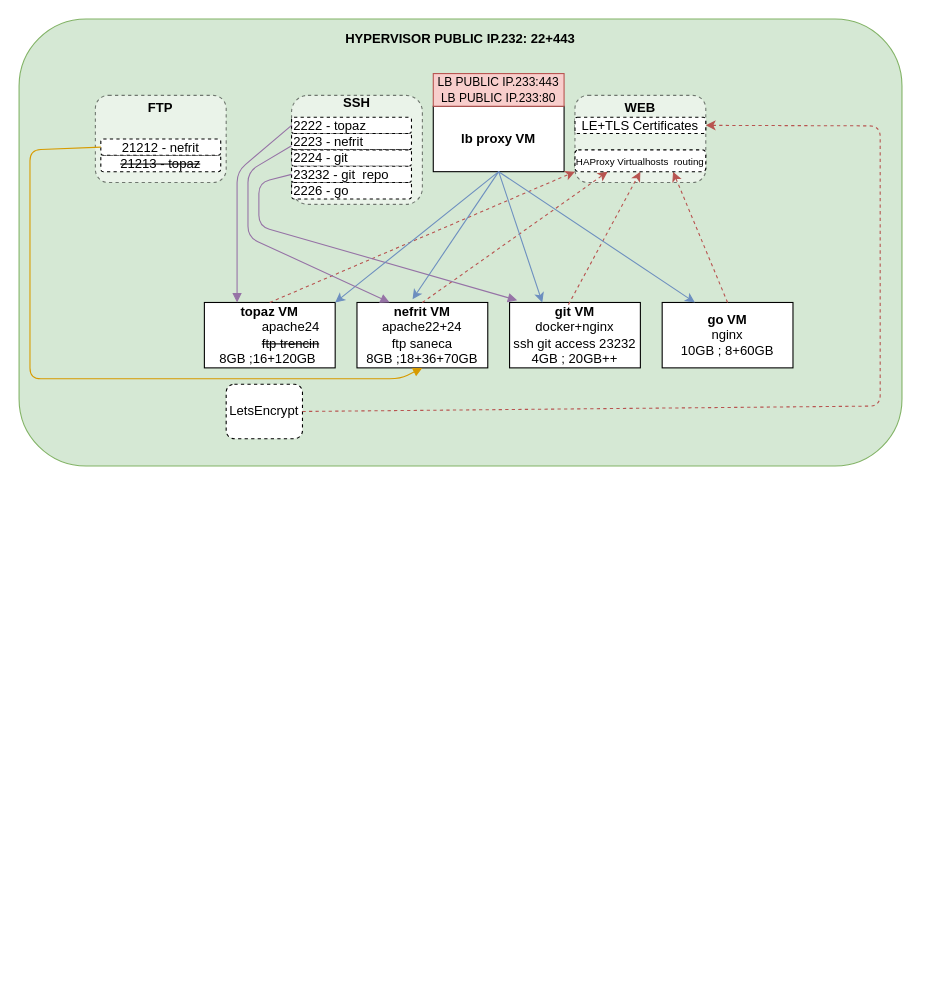
This is lb-draft.drawio from maniac0r/audio, a draw.io file, before an edit. Source tidied: cells renumbered, new cells numbered last; positions are measured from the earlier drawing's top-left corner, leaving out a move shared by most shapes. Both pictures are drawn from the tidied source at 109%, with x=0, y=0 at pixel (19, 19).
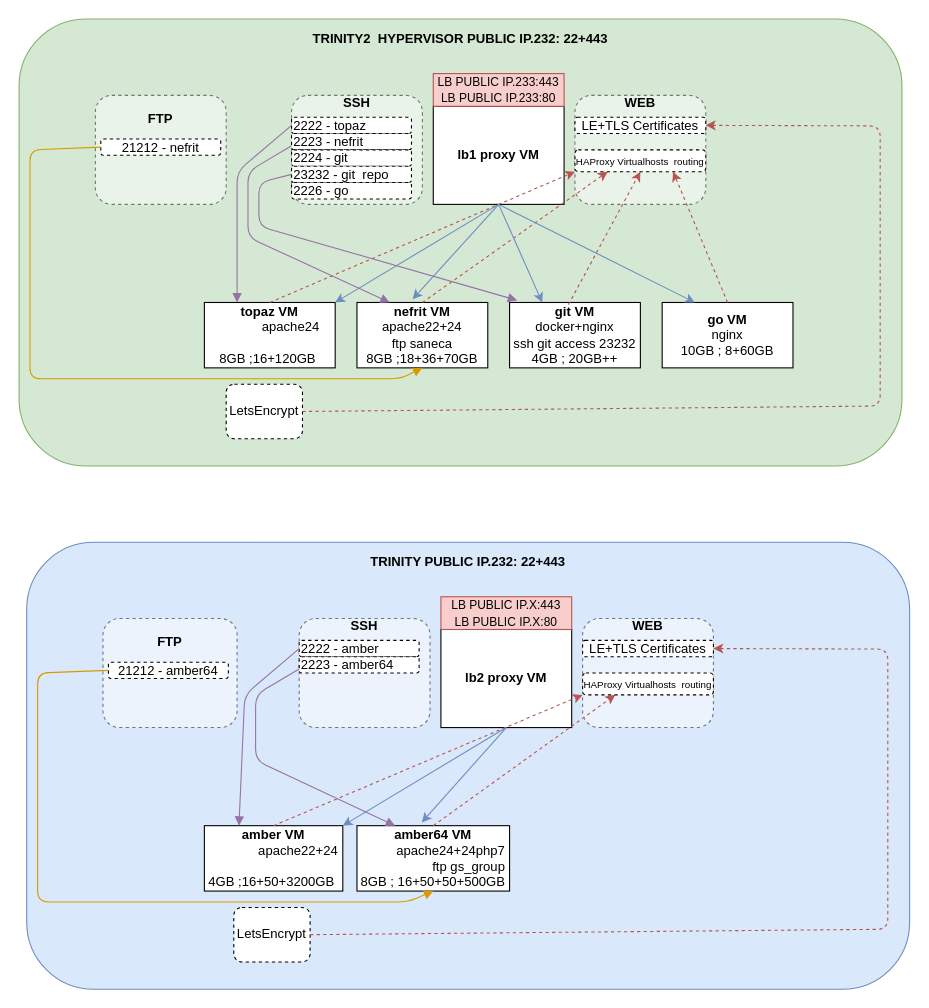
After the change.

Diff of the diagram source:
```diff
@@
-    <mxCell id="2" value="&lt;b&gt;HYPERVISOR PUBLIC IP.232: 22+443&lt;br&gt;&lt;br&gt;&lt;br&gt;&lt;br&gt;&lt;br&gt;&lt;br&gt;&lt;br&gt;&lt;br&gt;&lt;br&gt;&lt;br&gt;&lt;br&gt;&lt;br&gt;&lt;br&gt;&lt;br&gt;&lt;br&gt;&lt;br&gt;&lt;br&gt;&lt;br&gt;&lt;br&gt;&lt;br&gt;&lt;br&gt;&lt;br&gt;&lt;br&gt;&lt;br&gt;&lt;br&gt;&lt;br&gt;&lt;br&gt;&lt;/b&gt;" style="rounded=1;whiteSpace=wrap;html=1;fillColor=#d5e8d4;strokeColor=#82b366;" parent="1" vertex="1">
+    <mxCell id="2" value="&lt;b&gt;TRINITY2 &amp;nbsp;HYPERVISOR PUBLIC IP.232: 22+443&lt;br&gt;&lt;br&gt;&lt;br&gt;&lt;br&gt;&lt;br&gt;&lt;br&gt;&lt;br&gt;&lt;br&gt;&lt;br&gt;&lt;br&gt;&lt;br&gt;&lt;br&gt;&lt;br&gt;&lt;br&gt;&lt;br&gt;&lt;br&gt;&lt;br&gt;&lt;br&gt;&lt;br&gt;&lt;br&gt;&lt;br&gt;&lt;br&gt;&lt;br&gt;&lt;br&gt;&lt;br&gt;&lt;br&gt;&lt;br&gt;&lt;/b&gt;" style="rounded=1;whiteSpace=wrap;html=1;fillColor=#d5e8d4;strokeColor=#82b366;" parent="1" vertex="1">
       <mxGeometry width="810" height="410" as="geometry" />
     </mxCell>
-    <mxCell id="3" value="&lt;b&gt;WEB&lt;br&gt;&lt;br&gt;&lt;br&gt;&lt;br&gt;&lt;br&gt;&lt;/b&gt;" style="rounded=1;whiteSpace=wrap;html=1;dashed=1;opacity=50;" parent="1" vertex="1">
-      <mxGeometry x="510" y="70" width="120" height="80" as="geometry" />
+    <mxCell id="3" value="&lt;b&gt;WEB&lt;br&gt;&lt;br&gt;&lt;br&gt;&lt;br&gt;&lt;br&gt;&lt;br&gt;&lt;br&gt;&lt;/b&gt;" style="rounded=1;whiteSpace=wrap;html=1;dashed=1;opacity=50;" parent="1" vertex="1">
+      <mxGeometry x="510" y="70" width="120" height="100" as="geometry" />
     </mxCell>
-    <mxCell id="4" value="&lt;b&gt;topaz VM&lt;br&gt;&lt;div style=&quot;text-align: right&quot;&gt;&lt;span style=&quot;font-weight: normal&quot;&gt;apache24&lt;/span&gt;&lt;/div&gt;&lt;/b&gt;&lt;div&gt;&lt;div style=&quot;text-align: right&quot;&gt;&lt;strike&gt;ftp trencin&lt;/strike&gt;&lt;/div&gt;&lt;/div&gt;&lt;div style=&quot;text-align: right&quot;&gt;8GB ;16+120GB&amp;nbsp;&lt;/div&gt;" style="rounded=0;whiteSpace=wrap;html=1;" parent="1" vertex="1">
+    <mxCell id="4" value="&lt;b&gt;topaz VM&lt;br&gt;&lt;div style=&quot;text-align: right&quot;&gt;&lt;span style=&quot;font-weight: normal&quot;&gt;apache24&lt;/span&gt;&lt;/div&gt;&lt;/b&gt;&lt;div&gt;&lt;div style=&quot;text-align: right&quot;&gt;&lt;br&gt;&lt;/div&gt;&lt;div style=&quot;text-align: right&quot;&gt;8GB ;16+120GB&amp;nbsp;&lt;br&gt;&lt;/div&gt;&lt;/div&gt;" style="rounded=0;whiteSpace=wrap;html=1;" parent="1" vertex="1">
       <mxGeometry x="170" y="260" width="120" height="60" as="geometry" />
     </mxCell>
@@
-    <mxCell id="8" value="&lt;b&gt;lb proxy VM&lt;/b&gt;" style="rounded=0;whiteSpace=wrap;html=1;" parent="1" vertex="1">
-      <mxGeometry x="380" y="80" width="120" height="60" as="geometry" />
+    <mxCell id="8" value="&lt;b&gt;lb1 proxy VM&lt;/b&gt;" style="rounded=0;whiteSpace=wrap;html=1;" parent="1" vertex="1">
+      <mxGeometry x="380" y="80" width="120" height="90" as="geometry" />
     </mxCell>
@@
     <mxCell id="23" value="&lt;b&gt;FTP&lt;br&gt;&lt;br&gt;&lt;br&gt;&lt;br&gt;&lt;br&gt;&lt;/b&gt;" style="rounded=1;whiteSpace=wrap;html=1;dashed=1;opacity=50;" parent="1" vertex="1">
-      <mxGeometry x="70" y="70" width="120" height="80" as="geometry" />
+      <mxGeometry x="70" y="70" width="120" height="100" as="geometry" />
     </mxCell>
-    <mxCell id="24" value="&lt;strike&gt;21213 - topaz&lt;/strike&gt;" style="rounded=1;whiteSpace=wrap;html=1;dashed=1;" parent="1" vertex="1">
-      <mxGeometry x="75" y="125" width="110" height="15" as="geometry" />
-    </mxCell>
@@
+    <mxCell id="35" value="&lt;b&gt;TRINITY PUBLIC IP.232: 22+443&lt;br&gt;&lt;br&gt;&lt;br&gt;&lt;br&gt;&lt;br&gt;&lt;br&gt;&lt;br&gt;&lt;br&gt;&lt;br&gt;&lt;br&gt;&lt;br&gt;&lt;br&gt;&lt;br&gt;&lt;br&gt;&lt;br&gt;&lt;br&gt;&lt;br&gt;&lt;br&gt;&lt;br&gt;&lt;br&gt;&lt;br&gt;&lt;br&gt;&lt;br&gt;&lt;br&gt;&lt;br&gt;&lt;br&gt;&lt;br&gt;&lt;/b&gt;" style="rounded=1;whiteSpace=wrap;html=1;fillColor=#dae8fc;strokeColor=#6c8ebf;" parent="1" vertex="1">
+      <mxGeometry x="7" y="480" width="810" height="410" as="geometry" />
+    </mxCell>
+    <mxCell id="36" value="&lt;b&gt;WEB&lt;br&gt;&lt;br&gt;&lt;br&gt;&lt;br&gt;&lt;br&gt;&lt;br&gt;&lt;br&gt;&lt;/b&gt;" style="rounded=1;whiteSpace=wrap;html=1;dashed=1;opacity=50;" parent="1" vertex="1">
+      <mxGeometry x="517" y="550" width="120" height="100" as="geometry" />
+    </mxCell>
+    <mxCell id="37" value="&lt;b&gt;amber VM&lt;br&gt;&lt;div style=&quot;text-align: right&quot;&gt;&lt;span style=&quot;font-weight: normal&quot;&gt;apache22+24&lt;/span&gt;&lt;/div&gt;&lt;/b&gt;&lt;div&gt;&lt;div style=&quot;text-align: right&quot;&gt;&lt;br&gt;&lt;/div&gt;&lt;/div&gt;&lt;div style=&quot;text-align: right&quot;&gt;4GB ;16+50+3200GB&amp;nbsp;&lt;/div&gt;" style="rounded=0;whiteSpace=wrap;html=1;" parent="1" vertex="1">
+      <mxGeometry x="170" y="740" width="127" height="60" as="geometry" />
+    </mxCell>
+    <mxCell id="38" value="&lt;b&gt;amber64 VM&lt;br&gt;&lt;div style=&quot;text-align: right&quot;&gt;&lt;span style=&quot;font-weight: normal&quot;&gt;apache24+24php7&lt;/span&gt;&lt;/div&gt;&lt;/b&gt;&lt;div style=&quot;text-align: right&quot;&gt;ftp gs_group&lt;/div&gt;&lt;div style=&quot;text-align: right&quot;&gt;8GB ; 16+50+50+500GB&lt;/div&gt;" style="rounded=0;whiteSpace=wrap;html=1;" parent="1" vertex="1">
+      <mxGeometry x="310" y="740" width="140" height="60" as="geometry" />
+    </mxCell>
+    <mxCell id="39" value="&lt;b&gt;lb2 proxy VM&lt;/b&gt;" style="rounded=0;whiteSpace=wrap;html=1;" parent="1" vertex="1">
+      <mxGeometry x="387" y="560" width="120" height="90" as="geometry" />
+    </mxCell>
+    <mxCell id="40" value="&lt;font style=&quot;font-size: 11px&quot;&gt;LB PUBLIC IP.X:443&lt;br&gt;LB PUBLIC IP.X:80&lt;/font&gt;" style="text;html=1;strokeColor=#b85450;fillColor=#f8cecc;align=center;verticalAlign=middle;whiteSpace=wrap;rounded=0;" parent="1" vertex="1">
+      <mxGeometry x="387" y="530" width="120" height="30" as="geometry" />
+    </mxCell>
+    <mxCell id="41" value="LetsEncrypt" style="rounded=1;whiteSpace=wrap;html=1;dashed=1;" parent="1" vertex="1">
+      <mxGeometry x="197" y="815" width="70" height="50" as="geometry" />
+    </mxCell>
+    <mxCell id="42" style="endArrow=classic;html=1;entryX=1;entryY=0.5;entryDx=0;entryDy=0;exitX=1;exitY=0.5;exitDx=0;exitDy=0;fillColor=#f8cecc;strokeColor=#b85450;dashed=1;" parent="1" edge="1" source="41" target="54">
+      <mxGeometry relative="1" as="geometry">
+        <Array as="points">
+          <mxPoint x="797" y="835" />
+          <mxPoint x="797" y="578" />
+        </Array>
+      </mxGeometry>
+    </mxCell>
+    <mxCell id="43" style="endArrow=classic;html=1;entryX=0;entryY=1;entryDx=0;entryDy=0;exitX=0.5;exitY=0;exitDx=0;exitDy=0;fillColor=#f8cecc;strokeColor=#b85450;dashed=1;" parent="1" edge="1" source="37" target="55">
+      <mxGeometry relative="1" as="geometry" />
+    </mxCell>
+    <mxCell id="44" style="endArrow=classic;html=1;entryX=0.25;entryY=1;entryDx=0;entryDy=0;exitX=0.5;exitY=0;exitDx=0;exitDy=0;fillColor=#f8cecc;strokeColor=#b85450;dashed=1;" parent="1" edge="1" source="38" target="55">
+      <mxGeometry relative="1" as="geometry" />
+    </mxCell>
+    <mxCell id="45" value="&lt;b&gt;SSH&lt;br&gt;&lt;br&gt;&lt;br&gt;&lt;br&gt;&lt;br&gt;&lt;br&gt;&lt;br&gt;&lt;/b&gt;" style="rounded=1;whiteSpace=wrap;html=1;dashed=1;opacity=50;" parent="1" vertex="1">
+      <mxGeometry x="257" y="550" width="120" height="100" as="geometry" />
+    </mxCell>
+    <mxCell id="46" value="2222 - amber" style="rounded=1;whiteSpace=wrap;html=1;dashed=1;align=left;" parent="1" vertex="1">
+      <mxGeometry x="257" y="570" width="110" height="15" as="geometry" />
+    </mxCell>
+    <mxCell id="47" value="2223 - amber64" style="rounded=1;whiteSpace=wrap;html=1;dashed=1;align=left;" parent="1" vertex="1">
+      <mxGeometry x="257" y="585" width="110" height="15" as="geometry" />
+    </mxCell>
+    <mxCell id="48" style="endArrow=block;html=1;exitX=0;exitY=0.5;exitDx=0;exitDy=0;entryX=0.25;entryY=0;entryDx=0;entryDy=0;endFill=1;fillColor=#e1d5e7;strokeColor=#9673a6;" parent="1" edge="1" source="46" target="37">
+      <mxGeometry relative="1" as="geometry">
+        <Array as="points">
+          <mxPoint x="207" y="620" />
+        </Array>
+      </mxGeometry>
+    </mxCell>
+    <mxCell id="49" value="&lt;b&gt;FTP&lt;br&gt;&lt;br&gt;&lt;br&gt;&lt;br&gt;&lt;br&gt;&lt;/b&gt;" style="rounded=1;whiteSpace=wrap;html=1;dashed=1;opacity=50;" parent="1" vertex="1">
+      <mxGeometry x="77" y="550" width="123" height="100" as="geometry" />
+    </mxCell>
+    <mxCell id="50" value="21212 - amber64" style="rounded=1;whiteSpace=wrap;html=1;dashed=1;" parent="1" vertex="1">
+      <mxGeometry x="82" y="590" width="110" height="15" as="geometry" />
+    </mxCell>
+    <mxCell id="51" style="endArrow=block;html=1;exitX=0;exitY=0.5;exitDx=0;exitDy=0;entryX=0.5;entryY=1;entryDx=0;entryDy=0;endFill=1;fillColor=#ffe6cc;strokeColor=#d79b00;" parent="1" edge="1" source="50" target="38">
+      <mxGeometry relative="1" as="geometry">
+        <Array as="points">
+          <mxPoint x="17" y="600" />
+          <mxPoint x="17" y="700" />
+          <mxPoint x="17" y="810" />
+          <mxPoint x="82" y="810" />
+          <mxPoint x="357" y="810" />
+        </Array>
+      </mxGeometry>
+    </mxCell>
+    <mxCell id="52" style="endArrow=classic;html=1;entryX=1;entryY=0;entryDx=0;entryDy=0;exitX=0.5;exitY=1;exitDx=0;exitDy=0;fillColor=#dae8fc;strokeColor=#6c8ebf;" parent="1" edge="1" source="39" target="37">
+      <mxGeometry relative="1" as="geometry" />
+    </mxCell>
+    <mxCell id="53" style="endArrow=classic;html=1;entryX=0.425;entryY=-0.05;entryDx=0;entryDy=0;exitX=0.5;exitY=1;exitDx=0;exitDy=0;entryPerimeter=0;fillColor=#dae8fc;strokeColor=#6c8ebf;" parent="1" edge="1" source="39" target="38">
+      <mxGeometry relative="1" as="geometry" />
+    </mxCell>
+    <mxCell id="54" value="LE+TLS Certificates" style="rounded=1;whiteSpace=wrap;html=1;dashed=1;" parent="1" vertex="1">
+      <mxGeometry x="517" y="570" width="120" height="15" as="geometry" />
+    </mxCell>
+    <mxCell id="55" value="&lt;font style=&quot;font-size: 9px&quot;&gt;HAProxy Virtualhosts &amp;nbsp;routing&lt;/font&gt;" style="rounded=1;whiteSpace=wrap;html=1;dashed=1;" parent="1" vertex="1">
+      <mxGeometry x="517" y="600" width="120" height="20" as="geometry" />
+    </mxCell>
+    <mxCell id="56" style="endArrow=block;html=1;exitX=0;exitY=0.75;exitDx=0;exitDy=0;entryX=0.25;entryY=0;entryDx=0;entryDy=0;endFill=1;fillColor=#e1d5e7;strokeColor=#9673a6;" parent="1" edge="1" source="47" target="38">
+      <mxGeometry relative="1" as="geometry">
+        <Array as="points">
+          <mxPoint x="217" y="620" />
+          <mxPoint x="217" y="680" />
+        </Array>
+      </mxGeometry>
+    </mxCell>
```
